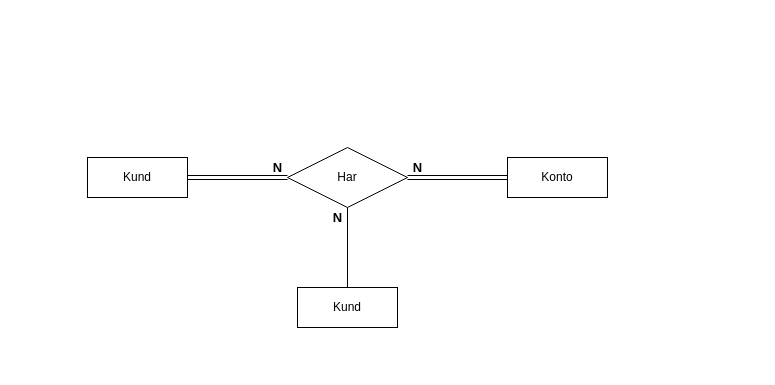
The draw.io diagram page "ER Bank" (1 of 2) of Bankverksamhet.drawio in Ingelisun/ERmodels, before the edit. Source tidied: cells renumbered, new cells numbered last; positions are measured from the earlier drawing's top-left corner, leaving out a move shared by most shapes. Both pictures are drawn from the tidied source at 100%, with x=0, y=0 at pixel (87, 147).
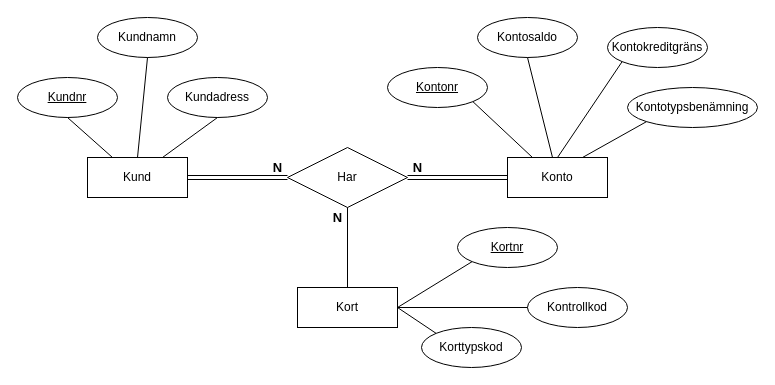
The same diagram, later.

The change refers to these unchanged cells:
```xml
<mxCell id="3" value="Kund" style="whiteSpace=wrap;html=1;align=center;" parent="1" vertex="1">
  <mxGeometry y="10" width="100" height="40" as="geometry" />
</mxCell>
<mxCell id="6" value="Konto" style="whiteSpace=wrap;html=1;align=center;" parent="1" vertex="1">
  <mxGeometry x="420" y="10" width="100" height="40" as="geometry" />
</mxCell>
```

Change to the diagram source:
```diff
@@
-    <mxCell id="7" value="Kund" style="whiteSpace=wrap;html=1;align=center;" parent="1" vertex="1">
+    <mxCell id="7" value="Kort" style="whiteSpace=wrap;html=1;align=center;" parent="1" vertex="1">
       <mxGeometry x="210" y="140" width="100" height="40" as="geometry" />
     </mxCell>
@@
+    <mxCell id="12" value="&lt;u&gt;Kundnr&lt;/u&gt;" style="ellipse;whiteSpace=wrap;html=1;align=center;" parent="1" vertex="1">
+      <mxGeometry x="-70" y="-70" width="100" height="40" as="geometry" />
+    </mxCell>
+    <mxCell id="13" value="Kundnamn" style="ellipse;whiteSpace=wrap;html=1;align=center;" parent="1" vertex="1">
+      <mxGeometry x="10" y="-130" width="100" height="40" as="geometry" />
+    </mxCell>
+    <mxCell id="14" value="Kundadress" style="ellipse;whiteSpace=wrap;html=1;align=center;" parent="1" vertex="1">
+      <mxGeometry x="80" y="-70" width="100" height="40" as="geometry" />
+    </mxCell>
+    <mxCell id="15" value="&lt;u&gt;Kontonr&lt;/u&gt;" style="ellipse;whiteSpace=wrap;html=1;align=center;" parent="1" vertex="1">
+      <mxGeometry x="300" y="-80" width="100" height="40" as="geometry" />
+    </mxCell>
+    <mxCell id="16" value="Kontosaldo" style="ellipse;whiteSpace=wrap;html=1;align=center;" parent="1" vertex="1">
+      <mxGeometry x="390" y="-130" width="100" height="40" as="geometry" />
+    </mxCell>
+    <mxCell id="17" value="Kontokreditgräns" style="ellipse;whiteSpace=wrap;html=1;align=center;" parent="1" vertex="1">
+      <mxGeometry x="520" y="-120" width="100" height="40" as="geometry" />
+    </mxCell>
+    <mxCell id="18" value="Kontotypsbenämning" style="ellipse;whiteSpace=wrap;html=1;align=center;" parent="1" vertex="1">
+      <mxGeometry x="540" y="-60" width="130" height="40" as="geometry" />
+    </mxCell>
+    <mxCell id="19" value="&lt;u&gt;Kortnr&lt;/u&gt;" style="ellipse;whiteSpace=wrap;html=1;align=center;" parent="1" vertex="1">
+      <mxGeometry x="370" y="80" width="100" height="40" as="geometry" />
+    </mxCell>
+    <mxCell id="20" value="Kontrollkod" style="ellipse;whiteSpace=wrap;html=1;align=center;" parent="1" vertex="1">
+      <mxGeometry x="440" y="140" width="100" height="40" as="geometry" />
+    </mxCell>
+    <mxCell id="21" value="Korttypskod" style="ellipse;whiteSpace=wrap;html=1;align=center;" parent="1" vertex="1">
+      <mxGeometry x="334" y="180" width="100" height="40" as="geometry" />
+    </mxCell>
+    <mxCell id="22" style="endArrow=none;html=1;rounded=0;exitX=0.5;exitY=1;exitDx=0;exitDy=0;entryX=0.25;entryY=0;entryDx=0;entryDy=0;" parent="1" edge="1" source="12" target="3">
+      <mxGeometry relative="1" as="geometry" />
+    </mxCell>
+    <mxCell id="23" style="endArrow=none;html=1;rounded=0;exitX=0.5;exitY=1;exitDx=0;exitDy=0;entryX=0.5;entryY=0;entryDx=0;entryDy=0;" parent="1" edge="1" source="13" target="3">
+      <mxGeometry relative="1" as="geometry" />
+    </mxCell>
+    <mxCell id="24" style="endArrow=none;html=1;rounded=0;exitX=0.5;exitY=1;exitDx=0;exitDy=0;entryX=0.75;entryY=0;entryDx=0;entryDy=0;" parent="1" edge="1" source="14" target="3">
+      <mxGeometry relative="1" as="geometry" />
+    </mxCell>
+    <mxCell id="25" style="endArrow=none;html=1;rounded=0;exitX=1;exitY=1;exitDx=0;exitDy=0;entryX=0.25;entryY=0;entryDx=0;entryDy=0;" parent="1" edge="1" source="15" target="6">
+      <mxGeometry relative="1" as="geometry" />
+    </mxCell>
+    <mxCell id="26" style="endArrow=none;html=1;rounded=0;exitX=0.5;exitY=1;exitDx=0;exitDy=0;" parent="1" edge="1" source="16" target="6">
+      <mxGeometry relative="1" as="geometry" />
+    </mxCell>
+    <mxCell id="27" style="endArrow=none;html=1;rounded=0;entryX=0.5;entryY=0;entryDx=0;entryDy=0;exitX=0;exitY=1;exitDx=0;exitDy=0;" parent="1" edge="1" source="17" target="6">
+      <mxGeometry relative="1" as="geometry" />
+    </mxCell>
+    <mxCell id="28" style="endArrow=none;html=1;rounded=0;entryX=0;entryY=1;entryDx=0;entryDy=0;exitX=0.75;exitY=0;exitDx=0;exitDy=0;" parent="1" edge="1" source="6" target="18">
+      <mxGeometry relative="1" as="geometry" />
+    </mxCell>
+    <mxCell id="29" style="endArrow=none;html=1;rounded=0;entryX=0;entryY=1;entryDx=0;entryDy=0;" parent="1" edge="1" target="19">
+      <mxGeometry relative="1" as="geometry">
+        <mxPoint x="310" y="160" as="sourcePoint" />
+      </mxGeometry>
+    </mxCell>
+    <mxCell id="30" style="endArrow=none;html=1;rounded=0;entryX=0;entryY=0.5;entryDx=0;entryDy=0;exitX=1;exitY=0.5;exitDx=0;exitDy=0;" parent="1" edge="1" source="7" target="20">
+      <mxGeometry relative="1" as="geometry" />
+    </mxCell>
+    <mxCell id="31" style="endArrow=none;html=1;rounded=0;exitX=1;exitY=0.5;exitDx=0;exitDy=0;entryX=0;entryY=0;entryDx=0;entryDy=0;" parent="1" edge="1" source="7" target="21">
+      <mxGeometry relative="1" as="geometry" />
+    </mxCell>
```
